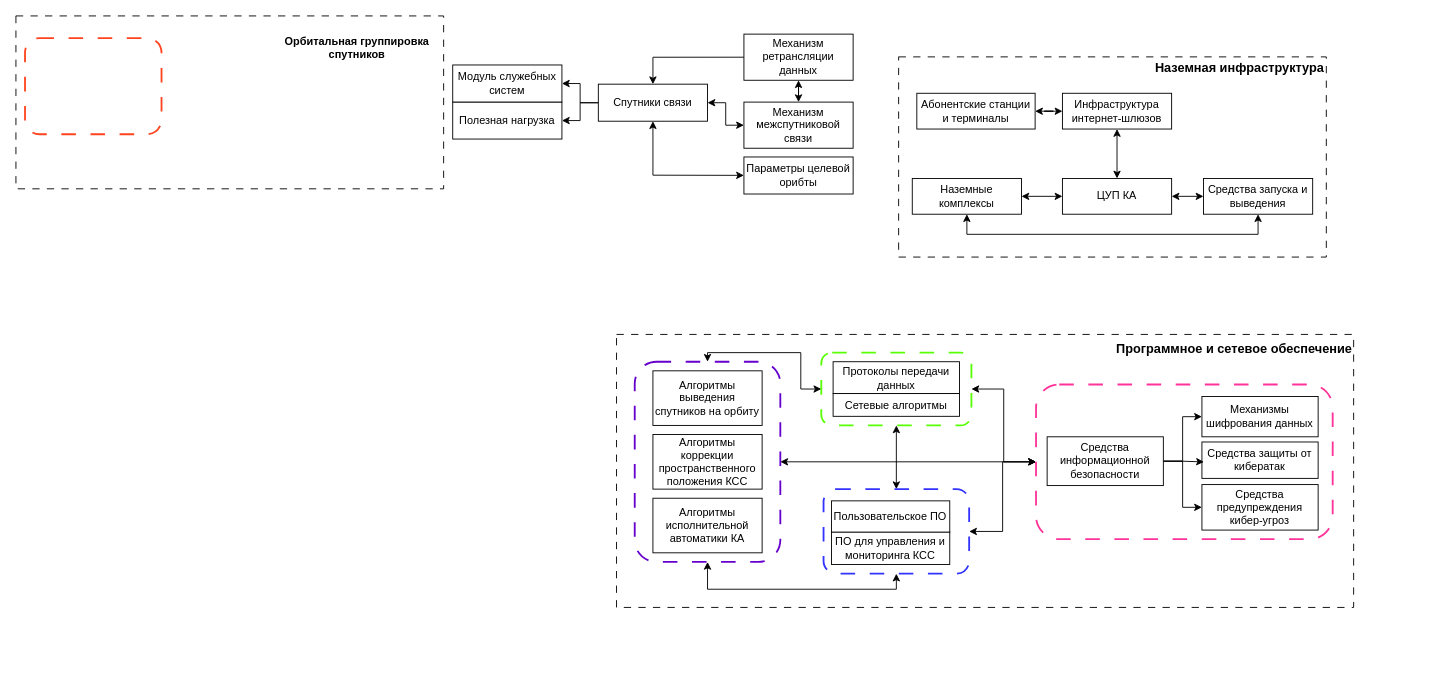
ilyasoloma/draw-io-graphs keeps this draw.io diagram as Диаграмма без названия.drawio. Above is the earlier version. Source tidied: cells renumbered, new cells numbered last; positions are measured from the earlier drawing's top-left corner, leaving out a move shared by most shapes. Both pictures are drawn from the tidied source at 91%, with x=0, y=0 at pixel (15, 15).
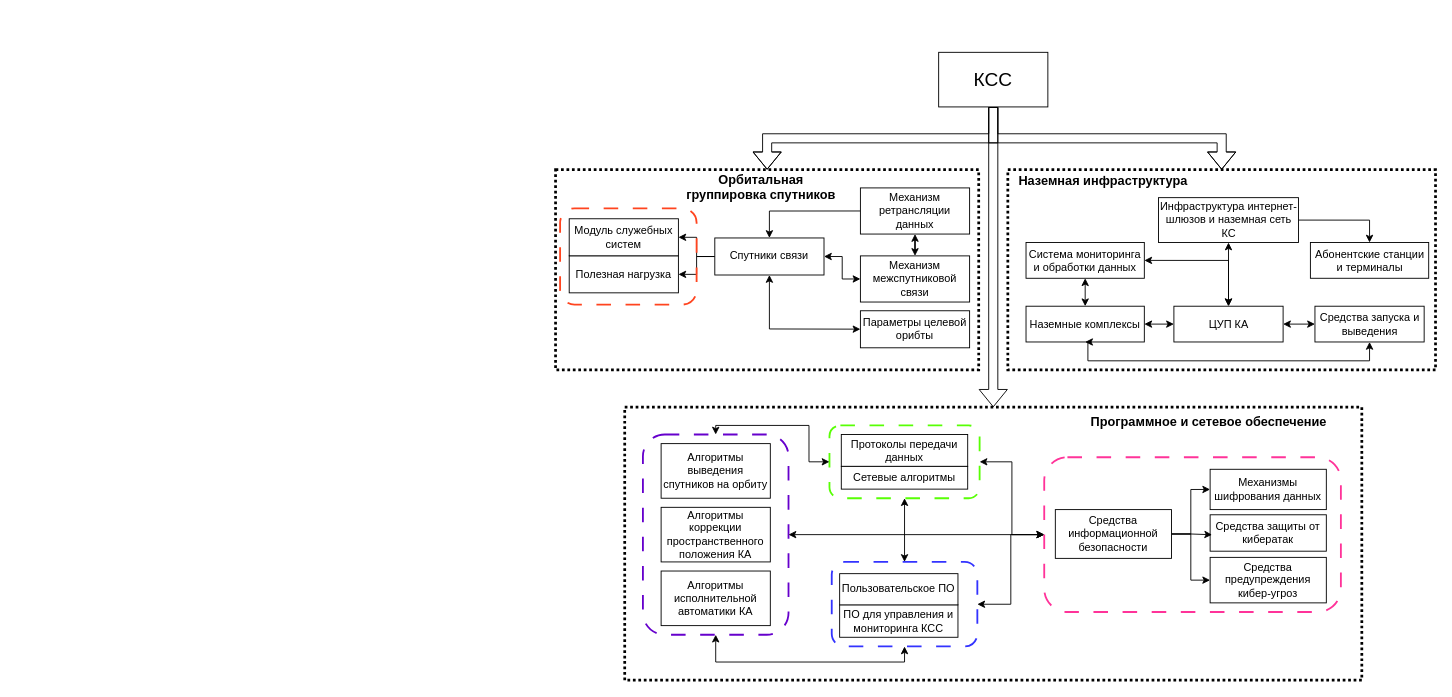
The same diagram, later.

Unchanged cells that the change refers to:
```xml
<mxCell id="16" style="group;" parent="15" vertex="1">
  <mxGeometry width="810" height="300" as="geometry" />
</mxCell>
<mxCell id="19" style="group;" parent="15" vertex="1">
  <mxGeometry x="20" y="30" width="160" height="220" as="geometry" />
</mxCell>
```

Change to the diagram source:
```diff
@@
-    <mxCell id="2" style="group;" parent="1" vertex="1">
-      <mxGeometry x="970" y="45" width="470" height="220" as="geometry" />
+    <mxCell id="2" style="group;strokeWidth=4;" parent="1" vertex="1">
+      <mxGeometry x="1090" y="169" width="470" height="220" as="geometry" />
     </mxCell>
-    <mxCell id="3" style="rounded=0;whiteSpace=wrap;html=1;fillColor=none;dashed=1;dashPattern=8 8;" parent="2" vertex="1">
+    <mxCell id="3" style="rounded=0;whiteSpace=wrap;html=1;fillColor=none;dashed=1;dashPattern=1 1;strokeWidth=3;" parent="2" vertex="1">
       <mxGeometry width="470" height="220" as="geometry" />
     </mxCell>
     <mxCell id="4" value="&lt;b&gt;&lt;font style=&quot;font-size: 14px;&quot;&gt;Наземная инфраструктура&lt;/font&gt;&lt;/b&gt;" style="rounded=0;whiteSpace=wrap;html=1;fillColor=none;strokeColor=none;" parent="2" vertex="1">
-      <mxGeometry x="280" width="190" height="23.6" as="geometry" />
+      <mxGeometry x="10" width="190" height="23.6" as="geometry" />
     </mxCell>
     <mxCell id="5" value="ЦУП КА" style="rounded=0;whiteSpace=wrap;html=1;" parent="2" vertex="1">
-      <mxGeometry x="180" y="133.6" width="120" height="39.3" as="geometry" />
+      <mxGeometry x="182.5" y="150" width="120" height="39.3" as="geometry" />
     </mxCell>
     <mxCell id="6" value="Наземные комплексы" style="rounded=0;whiteSpace=wrap;html=1;" parent="2" vertex="1">
-      <mxGeometry x="15" y="133.6" width="120" height="39.3" as="geometry" />
+      <mxGeometry x="20" y="150" width="130" height="39.3" as="geometry" />
     </mxCell>
+    <mxCell id="62" style="edgeStyle=orthogonalEdgeStyle;rounded=0;jettySize=auto;html=1;exitX=1;exitY=0.5;exitDx=0;exitDy=0;entryX=0.5;entryY=0;entryDx=0;entryDy=0;" parent="2" edge="1" source="7" target="9">
+      <mxGeometry relative="1" as="geometry" />
+    </mxCell>
-    <mxCell id="7" value="Инфраструктура интернет-шлюзов" style="rounded=0;whiteSpace=wrap;html=1;" parent="2" vertex="1">
-      <mxGeometry x="180" y="40" width="120" height="39.3" as="geometry" />
+    <mxCell id="7" value="Инфраструктура интернет-шлюзов и наземная сеть КС" style="rounded=0;whiteSpace=wrap;html=1;" parent="2" vertex="1">
+      <mxGeometry x="165.6" y="30.7" width="153.8" height="49.3" as="geometry" />
     </mxCell>
-    <mxCell id="8" style="edgeStyle=orthogonalEdgeStyle;rounded=0;jettySize=auto;html=1;startArrow=classic;startFill=1;" parent="2" edge="1" source="9" target="7">
-      <mxGeometry relative="1" as="geometry" />
-    </mxCell>
     <mxCell id="9" value="Абонентские станции и терминалы" style="rounded=0;whiteSpace=wrap;html=1;" parent="2" vertex="1">
-      <mxGeometry x="20" y="40" width="130" height="39.3" as="geometry" />
+      <mxGeometry x="332.5" y="80" width="130" height="39.3" as="geometry" />
     </mxCell>
     <mxCell id="10" value="Средства запуска и выведения" style="rounded=0;whiteSpace=wrap;html=1;" parent="2" vertex="1">
-      <mxGeometry x="335" y="133.6" width="120" height="39.3" as="geometry" />
+      <mxGeometry x="337.5" y="150" width="120" height="39.3" as="geometry" />
     </mxCell>
@@
+    <mxCell id="63" value="Система мониторинга и обработки данных" style="rounded=0;whiteSpace=wrap;html=1;" parent="2" vertex="1">
+      <mxGeometry x="20" y="80" width="130" height="39.3" as="geometry" />
+    </mxCell>
+    <mxCell id="64" style="endArrow=classic;startArrow=classic;html=1;rounded=0;exitX=1;exitY=0.5;exitDx=0;exitDy=0;entryX=0.5;entryY=0;entryDx=0;entryDy=0;edgeStyle=orthogonalEdgeStyle;" parent="2" edge="1" source="63" target="5">
+      <mxGeometry relative="1" as="geometry" />
+    </mxCell>
+    <mxCell id="65" style="endArrow=classic;startArrow=classic;html=1;rounded=0;entryX=0.5;entryY=1;entryDx=0;entryDy=0;exitX=0.5;exitY=0;exitDx=0;exitDy=0;" parent="2" edge="1" source="6" target="63">
+      <mxGeometry relative="1" as="geometry" />
+    </mxCell>
     <mxCell id="14" style="endArrow=classic;startArrow=classic;html=1;rounded=0;entryX=0.5;entryY=1;entryDx=0;entryDy=0;exitX=0.5;exitY=1;exitDx=0;exitDy=0;edgeStyle=orthogonalEdgeStyle;" parent="2" edge="1" source="6" target="10">
       <mxGeometry relative="1" as="geometry">
         <Array as="points">
-          <mxPoint x="75" y="195" />
-          <mxPoint x="395" y="195" />
+          <mxPoint x="88" y="210" />
+          <mxPoint x="398" y="210" />
         </Array>
       </mxGeometry>
     </mxCell>
     <mxCell id="15" style="group;" parent="1" vertex="1">
-      <mxGeometry x="660" y="350" width="810" height="300" as="geometry" />
+      <mxGeometry x="669" y="430" width="810" height="300" as="geometry" />
     </mxCell>
@@
-    <mxCell id="17" style="rounded=0;whiteSpace=wrap;html=1;fillColor=none;dashed=1;dashPattern=8 8;" parent="16" vertex="1">
+    <mxCell id="17" style="rounded=0;whiteSpace=wrap;html=1;fillColor=none;dashed=1;dashPattern=1 1;strokeWidth=3;" parent="16" vertex="1">
       <mxGeometry width="810" height="300" as="geometry" />
     </mxCell>
     <mxCell id="18" value="&lt;b&gt;&lt;font style=&quot;font-size: 14px;&quot;&gt;Программное и сетевое обеспечение&lt;/font&gt;&lt;/b&gt;" style="rounded=0;whiteSpace=wrap;html=1;fillColor=none;strokeColor=none;" parent="16" vertex="1">
-      <mxGeometry x="548.4" width="261.6" height="32.1" as="geometry" />
+      <mxGeometry x="511" width="261.6" height="32.1" as="geometry" />
     </mxCell>
@@
-    <mxCell id="22" value="Алгоритмы коррекции пространственного положения КСС" style="rounded=0;whiteSpace=wrap;html=1;" parent="19" vertex="1">
+    <mxCell id="22" value="Алгоритмы коррекции пространственного положения КА" style="rounded=0;whiteSpace=wrap;html=1;" parent="19" vertex="1">
       <mxGeometry x="20" y="80" width="120" height="60" as="geometry" />
     </mxCell>
@@
+    <mxCell id="66" style="group;strokeWidth=4;" parent="1" vertex="1">
+      <mxGeometry x="593" y="169" width="465" height="220" as="geometry" />
+    </mxCell>
-    <mxCell id="46" value="Полезная нагрузка" style="rounded=0;whiteSpace=wrap;html=1;" parent="1" vertex="1">
-      <mxGeometry x="480" y="94.6" width="120" height="40.7" as="geometry" />
+    <mxCell id="46" value="Полезная нагрузка" style="rounded=0;whiteSpace=wrap;html=1;" parent="66" vertex="1">
+      <mxGeometry x="15" y="94.6" width="120" height="40.7" as="geometry" />
     </mxCell>
-    <mxCell id="47" value="Модуль служебных систем" style="rounded=0;whiteSpace=wrap;html=1;" parent="1" vertex="1">
-      <mxGeometry x="480" y="53.9" width="120" height="40.7" as="geometry" />
+    <mxCell id="47" value="Модуль служебных систем" style="rounded=0;whiteSpace=wrap;html=1;" parent="66" vertex="1">
+      <mxGeometry x="15" y="53.9" width="120" height="40.7" as="geometry" />
     </mxCell>
-    <mxCell id="48" style="endArrow=classic;startArrow=classic;html=1;rounded=0;entryX=0.5;entryY=1;entryDx=0;entryDy=0;" parent="1" edge="1" source="56" target="59">
+    <mxCell id="48" style="endArrow=classic;startArrow=classic;html=1;rounded=0;entryX=0.5;entryY=1;entryDx=0;entryDy=0;" parent="66" edge="1" source="56" target="59">
       <mxGeometry relative="1" as="geometry">
         <Array as="points">
-          <mxPoint x="700" y="175" />
+          <mxPoint x="235" y="175" />
         </Array>
       </mxGeometry>
     </mxCell>
-    <mxCell id="49" style="edgeStyle=orthogonalEdgeStyle;rounded=0;jettySize=auto;html=1;" parent="1" edge="1" source="59" target="46">
+    <mxCell id="49" style="edgeStyle=orthogonalEdgeStyle;rounded=0;jettySize=auto;html=1;" parent="66" edge="1" source="59" target="46">
       <mxGeometry relative="1" as="geometry" />
     </mxCell>
-    <mxCell id="50" style="edgeStyle=orthogonalEdgeStyle;rounded=0;jettySize=auto;html=1;entryX=1;entryY=0.5;entryDx=0;entryDy=0;" parent="1" edge="1" source="59" target="47">
+    <mxCell id="50" style="edgeStyle=orthogonalEdgeStyle;rounded=0;jettySize=auto;html=1;entryX=1;entryY=0.5;entryDx=0;entryDy=0;" parent="66" edge="1" source="59" target="47">
       <mxGeometry relative="1" as="geometry" />
     </mxCell>
-    <mxCell id="51" style="group;" parent="1" vertex="1">
-      <mxGeometry width="470" height="190" as="geometry" />
-    </mxCell>
-    <mxCell id="52" style="rounded=0;whiteSpace=wrap;html=1;fillColor=none;dashed=1;dashPattern=8 8;" parent="51" vertex="1">
-      <mxGeometry width="470" height="190" as="geometry" />
-    </mxCell>
-    <mxCell id="53" style="rounded=1;whiteSpace=wrap;html=1;fillColor=none;strokeColor=#FF441F;strokeWidth=2;dashed=1;dashPattern=8 8;" parent="51" vertex="1">
-      <mxGeometry x="10" y="24.3" width="150" height="105.7" as="geometry" />
-    </mxCell>
-    <mxCell id="54" value="&lt;b&gt;Орбитальная группировка спутников&lt;/b&gt;" style="rounded=0;whiteSpace=wrap;html=1;fillColor=none;strokeColor=none;" parent="51" vertex="1">
-      <mxGeometry x="290" y="24.3" width="170" height="20.4" as="geometry" />
-    </mxCell>
-    <mxCell id="55" style="endArrow=classic;startArrow=classic;html=1;rounded=0;entryX=0;entryY=0.5;entryDx=0;entryDy=0;exitX=1;exitY=0.5;exitDx=0;exitDy=0;edgeStyle=orthogonalEdgeStyle;" parent="1" edge="1" source="59" target="58">
+    <mxCell id="55" style="endArrow=classic;startArrow=classic;html=1;rounded=0;entryX=0;entryY=0.5;entryDx=0;entryDy=0;exitX=1;exitY=0.5;exitDx=0;exitDy=0;edgeStyle=orthogonalEdgeStyle;" parent="66" edge="1" source="59" target="58">
       <mxGeometry relative="1" as="geometry" />
     </mxCell>
-    <mxCell id="56" value="Параметры целевой орибты" style="rounded=0;whiteSpace=wrap;html=1;" parent="1" vertex="1">
-      <mxGeometry x="800" y="155" width="120" height="40.7" as="geometry" />
+    <mxCell id="56" value="Параметры целевой орибты" style="rounded=0;whiteSpace=wrap;html=1;" parent="66" vertex="1">
+      <mxGeometry x="335" y="155" width="120" height="40.7" as="geometry" />
     </mxCell>
-    <mxCell id="57" style="edgeStyle=orthogonalEdgeStyle;rounded=0;jettySize=auto;html=1;exitX=0.5;exitY=0;exitDx=0;exitDy=0;startArrow=classic;startFill=1;" parent="1" edge="1" source="58" target="61">
+    <mxCell id="57" style="edgeStyle=orthogonalEdgeStyle;rounded=0;jettySize=auto;html=1;exitX=0.5;exitY=0;exitDx=0;exitDy=0;startArrow=classic;startFill=1;" parent="66" edge="1" source="58" target="61">
       <mxGeometry relative="1" as="geometry" />
     </mxCell>
-    <mxCell id="58" value="Механизм межспутниковой связи" style="rounded=0;whiteSpace=wrap;html=1;" parent="1" vertex="1">
-      <mxGeometry x="800" y="94.7" width="120" height="50.7" as="geometry" />
+    <mxCell id="58" value="Механизм межспутниковой связи" style="rounded=0;whiteSpace=wrap;html=1;" parent="66" vertex="1">
+      <mxGeometry x="335" y="94.7" width="120" height="50.7" as="geometry" />
     </mxCell>
-    <mxCell id="59" value="Спутники связи" style="rounded=0;whiteSpace=wrap;html=1;" parent="1" vertex="1">
-      <mxGeometry x="640" y="75" width="120" height="40.7" as="geometry" />
+    <mxCell id="59" value="Спутники связи" style="rounded=0;whiteSpace=wrap;html=1;" parent="66" vertex="1">
+      <mxGeometry x="175" y="75" width="120" height="40.7" as="geometry" />
     </mxCell>
-    <mxCell id="60" style="edgeStyle=orthogonalEdgeStyle;rounded=0;jettySize=auto;html=1;exitX=0;exitY=0.5;exitDx=0;exitDy=0;" parent="1" edge="1" source="61" target="59">
+    <mxCell id="60" style="edgeStyle=orthogonalEdgeStyle;rounded=0;jettySize=auto;html=1;exitX=0;exitY=0.5;exitDx=0;exitDy=0;" parent="66" edge="1" source="61" target="59">
       <mxGeometry relative="1" as="geometry" />
     </mxCell>
-    <mxCell id="61" value="Механизм ретрансляции данных" style="rounded=0;whiteSpace=wrap;html=1;" parent="1" vertex="1">
-      <mxGeometry x="800" y="20" width="120" height="50.7" as="geometry" />
+    <mxCell id="61" value="Механизм ретрансляции данных" style="rounded=0;whiteSpace=wrap;html=1;" parent="66" vertex="1">
+      <mxGeometry x="335" y="20" width="120" height="50.7" as="geometry" />
     </mxCell>
+    <mxCell id="52" style="rounded=0;whiteSpace=wrap;html=1;fillColor=none;dashed=1;dashPattern=1 1;strokeWidth=3;" parent="66" vertex="1">
+      <mxGeometry width="465" height="220" as="geometry" />
+    </mxCell>
+    <mxCell id="53" style="rounded=1;whiteSpace=wrap;html=1;fillColor=none;strokeColor=#FF441F;strokeWidth=2;dashed=1;dashPattern=8 8;" parent="66" vertex="1">
+      <mxGeometry x="5" y="42.5" width="150" height="105.7" as="geometry" />
+    </mxCell>
+    <mxCell id="54" value="&lt;b&gt;&lt;font style=&quot;font-size: 14px;&quot;&gt;Орбитальная группировка спутников&lt;/font&gt;&lt;/b&gt;" style="rounded=0;whiteSpace=wrap;html=1;fillColor=none;strokeColor=none;" parent="66" vertex="1">
+      <mxGeometry x="141" y="9" width="170" height="20.4" as="geometry" />
+    </mxCell>
+    <mxCell id="67" style="edgeStyle=orthogonalEdgeStyle;rounded=0;jettySize=auto;html=1;startArrow=none;startFill=0;shape=flexArrow;" parent="1" edge="1" source="70" target="17">
+      <mxGeometry relative="1" as="geometry" />
+    </mxCell>
+    <mxCell id="68" style="edgeStyle=orthogonalEdgeStyle;rounded=0;jettySize=auto;html=1;exitX=0.5;exitY=1;exitDx=0;exitDy=0;entryX=0.5;entryY=0;entryDx=0;entryDy=0;shape=flexArrow;" parent="1" edge="1" source="70" target="52">
+      <mxGeometry relative="1" as="geometry" />
+    </mxCell>
+    <mxCell id="69" style="edgeStyle=orthogonalEdgeStyle;rounded=0;jettySize=auto;html=1;exitX=0.5;exitY=1;exitDx=0;exitDy=0;entryX=0.5;entryY=0;entryDx=0;entryDy=0;shape=flexArrow;" parent="1" edge="1" source="70" target="3">
+      <mxGeometry relative="1" as="geometry" />
+    </mxCell>
+    <mxCell id="70" value="&lt;font style=&quot;font-size: 21px;&quot;&gt;КСС&lt;/font&gt;" style="rounded=0;whiteSpace=wrap;html=1;" parent="1" vertex="1">
+      <mxGeometry x="1014" y="40" width="120" height="60" as="geometry" />
+    </mxCell>
```
